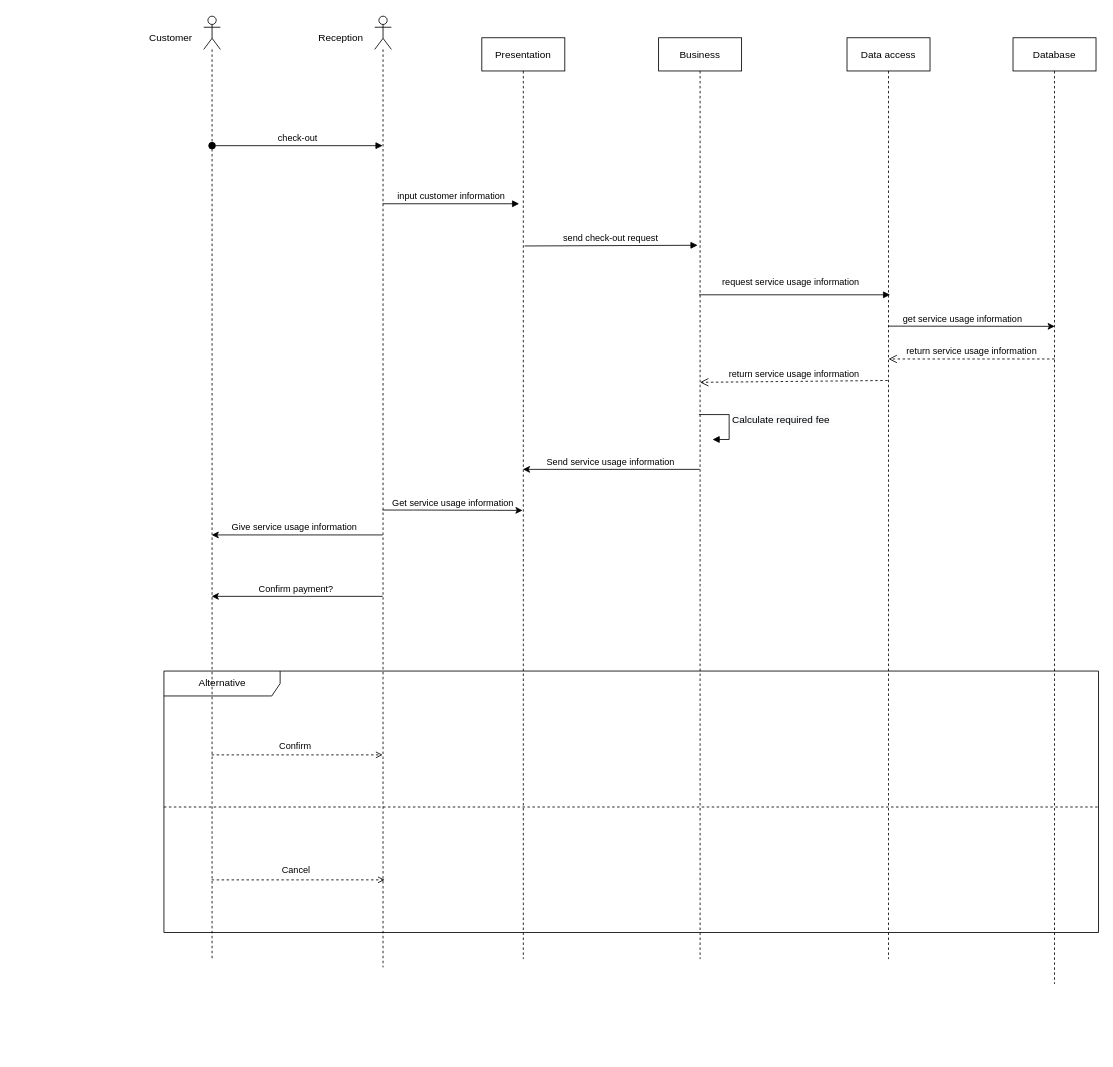
This is page "Check out" (1 of 4) of Diagram/Sequence Diagram.drawio from jonathanha52/SE104.L23.PMCL, a draw.io file, before an edit. Source tidied: cells renumbered, new cells numbered last; positions are measured from the earlier drawing's top-left corner, leaving out a move shared by most shapes. Both pictures are drawn from the tidied source at 83%, with x=0, y=0 at pixel (141, 16).
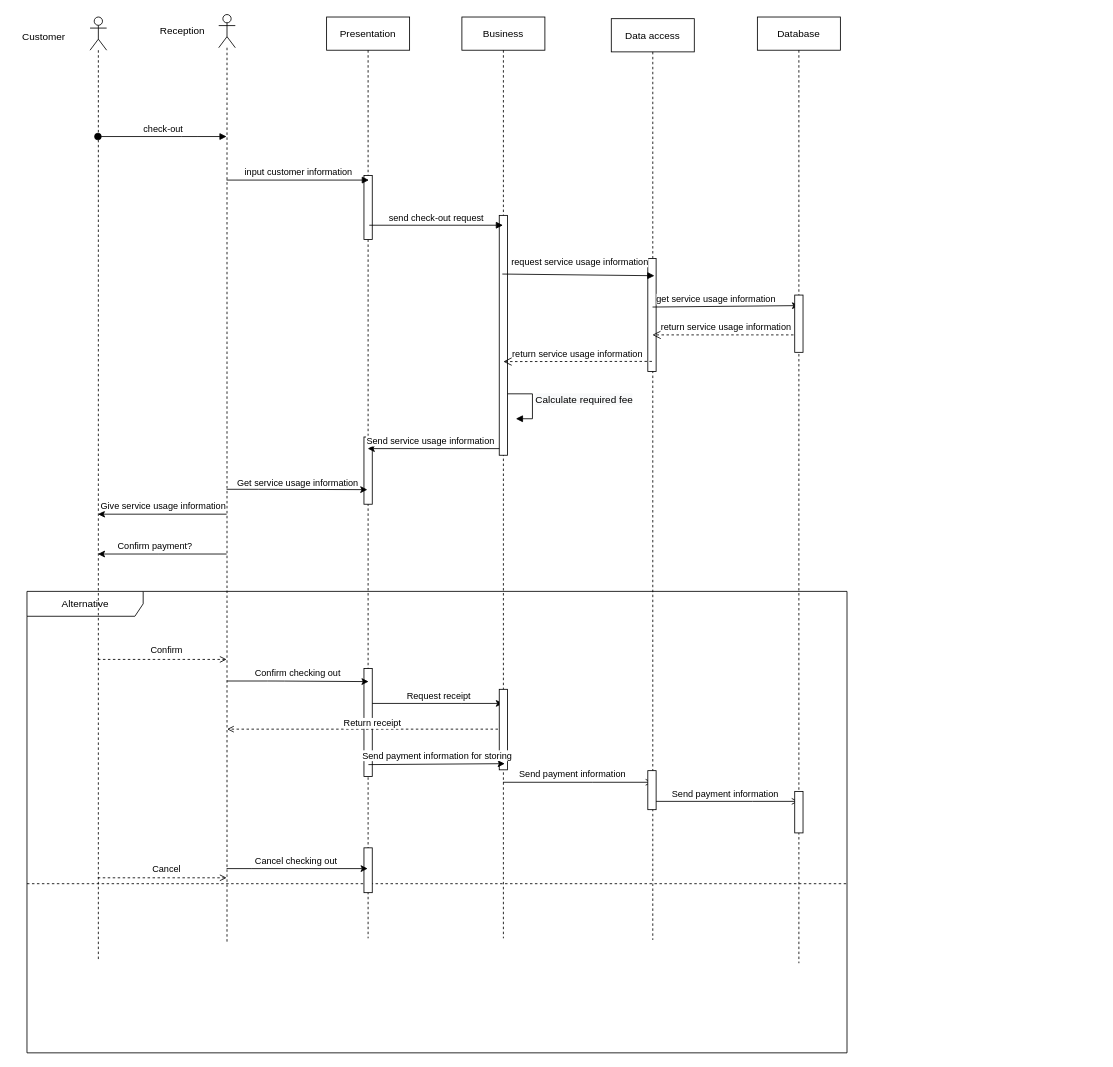
The same page after the edit.

What changed in the source:
```diff
@@
     <mxCell id="2" value="Alternative" style="shape=umlFrame;tabWidth=110;tabHeight=30;tabPosition=left;html=1;boundedLbl=1;labelInHeader=1;width=140;height=30;" parent="1" vertex="1">
-      <mxGeometry x="27" y="789" width="1126" height="315" as="geometry" />
+      <mxGeometry x="-138" y="693" width="988" height="556" as="geometry" />
     </mxCell>
     <mxCell id="3" style="line;strokeWidth=1;dashed=1;labelPosition=center;verticalLabelPosition=bottom;align=left;verticalAlign=top;spacingLeft=20;spacingTop=15;" parent="2" vertex="1">
-      <mxGeometry y="157.5" width="1126" height="12.6" as="geometry" />
+      <mxGeometry y="341.1" width="988" height="22.2" as="geometry" />
     </mxCell>
+    <mxCell id="34" style="edgeStyle=none;rounded=0;jettySize=auto;html=1;" parent="1" edge="1" source="4" target="8">
+      <mxGeometry relative="1" as="geometry">
+        <Array as="points">
+          <mxPoint x="386" y="828" />
+        </Array>
+      </mxGeometry>
+    </mxCell>
+    <mxCell id="35" value="Request receipt" style="edgeLabel;html=1;align=center;verticalAlign=middle;" parent="34" vertex="1">
+      <mxGeometry x="-0.17" relative="1" as="geometry">
+        <mxPoint x="17" y="-10" as="offset" />
+      </mxGeometry>
+    </mxCell>
     <mxCell id="4" value="Presentation" style="shape=umlLifeline;perimeter=lifelinePerimeter;rounded=0;shadow=0;strokeWidth=1;" parent="1" vertex="1">
-      <mxGeometry x="410" y="26" width="100" height="1110" as="geometry" />
+      <mxGeometry x="223" y="1" width="100" height="1110" as="geometry" />
     </mxCell>
-    <mxCell id="5" value="send check-out request" style="html=1;verticalAlign=bottom;endArrow=block;exitX=0.514;exitY=0.226;exitDx=0;exitDy=0;exitPerimeter=0;" parent="4" edge="1" source="4">
-      <mxGeometry relative="1" as="geometry">
-        <mxPoint x="260" y="250" as="targetPoint" />
-      </mxGeometry>
-    </mxCell>
+    <mxCell id="36" style="html=1;perimeter=orthogonalPerimeter;" parent="4" vertex="1">
+      <mxGeometry x="45" y="191" width="10" height="77" as="geometry" />
+    </mxCell>
+    <mxCell id="37" style="html=1;perimeter=orthogonalPerimeter;" parent="4" vertex="1">
+      <mxGeometry x="45" y="506" width="10" height="81" as="geometry" />
+    </mxCell>
+    <mxCell id="38" style="html=1;perimeter=orthogonalPerimeter;" parent="4" vertex="1">
+      <mxGeometry x="45" y="785" width="10" height="130" as="geometry" />
+    </mxCell>
+    <mxCell id="39" style="html=1;perimeter=orthogonalPerimeter;" parent="4" vertex="1">
+      <mxGeometry x="45" y="1001" width="10" height="54" as="geometry" />
+    </mxCell>
     <mxCell id="6" style="edgeStyle=orthogonalEdgeStyle;rounded=0;jettySize=auto;html=1;" parent="1" edge="1" source="8" target="4">
       <mxGeometry relative="1" as="geometry">
         <Array as="points">
-          <mxPoint x="541" y="546" />
-          <mxPoint x="541" y="546" />
+          <mxPoint x="354" y="521" />
+          <mxPoint x="354" y="521" />
         </Array>
       </mxGeometry>
     </mxCell>
@@
+    <mxCell id="40" style="edgeStyle=none;rounded=0;orthogonalLoop=1;jettySize=auto;html=1;endArrow=open;endFill=0;dashed=1;" parent="1" edge="1">
+      <mxGeometry relative="1" as="geometry">
+        <mxPoint x="435.5" y="859" as="sourcePoint" />
+        <mxPoint x="103.1" y="859" as="targetPoint" />
+        <Array as="points">
+          <mxPoint x="312" y="859" />
+        </Array>
+      </mxGeometry>
+    </mxCell>
+    <mxCell id="41" value="Return receipt" style="edgeLabel;html=1;align=center;verticalAlign=middle;" parent="40" vertex="1">
+      <mxGeometry x="0.43" y="1" relative="1" as="geometry">
+        <mxPoint x="80" y="-9" as="offset" />
+      </mxGeometry>
+    </mxCell>
+    <mxCell id="42" style="edgeStyle=none;rounded=0;jettySize=auto;html=1;endArrow=open;endFill=0;" parent="1" edge="1" source="8" target="13">
+      <mxGeometry relative="1" as="geometry">
+        <Array as="points">
+          <mxPoint x="543" y="923" />
+        </Array>
+      </mxGeometry>
+    </mxCell>
+    <mxCell id="43" value="Send payment information" style="edgeLabel;html=1;align=center;verticalAlign=middle;" parent="42" vertex="1">
+      <mxGeometry x="-0.24" relative="1" as="geometry">
+        <mxPoint x="15" y="-11" as="offset" />
+      </mxGeometry>
+    </mxCell>
     <mxCell id="8" value="Business" style="shape=umlLifeline;perimeter=lifelinePerimeter;rounded=0;shadow=0;strokeWidth=1;" parent="1" vertex="1">
-      <mxGeometry x="623" y="26" width="100" height="1110" as="geometry" />
+      <mxGeometry x="386" y="1" width="100" height="1110" as="geometry" />
     </mxCell>
@@
+    <mxCell id="44" style="html=1;perimeter=orthogonalPerimeter;" parent="8" vertex="1">
+      <mxGeometry x="45" y="239" width="10" height="289" as="geometry" />
+    </mxCell>
+    <mxCell id="45" style="html=1;perimeter=orthogonalPerimeter;" parent="8" vertex="1">
+      <mxGeometry x="45" y="810" width="10" height="97" as="geometry" />
+    </mxCell>
     <mxCell id="10" value="Database" style="shape=umlLifeline;perimeter=lifelinePerimeter;rounded=0;shadow=0;strokeWidth=1;" parent="1" vertex="1">
-      <mxGeometry x="1050" y="26" width="100" height="1140" as="geometry" />
+      <mxGeometry x="742" y="1" width="100" height="1140" as="geometry" />
     </mxCell>
-    <mxCell id="11" value="check-out" style="html=1;verticalAlign=bottom;startArrow=oval;startFill=1;endArrow=block;startSize=8;" parent="1" edge="1" target="26">
+    <mxCell id="11" value="check-out" style="html=1;verticalAlign=bottom;startArrow=oval;startFill=1;endArrow=block;startSize=8;" parent="1" edge="1" source="28" target="26">
       <mxGeometry relative="1" as="geometry">
-        <mxPoint x="85" y="156" as="sourcePoint" />
+        <Array as="points">
+          <mxPoint x="58" y="145" />
+        </Array>
       </mxGeometry>
     </mxCell>
-    <mxCell id="12" value="input customer information" style="html=1;verticalAlign=bottom;endArrow=block;" parent="1" edge="1" source="26">
-      <mxGeometry relative="1" as="geometry">
-        <mxPoint x="455" y="226" as="targetPoint" />
-      </mxGeometry>
+    <mxCell id="12" value="input customer information" style="html=1;verticalAlign=bottom;endArrow=block;entryX=0.51;entryY=0.177;entryDx=0;entryDy=0;entryPerimeter=0;" parent="1" edge="1" source="26" target="4">
+      <mxGeometry relative="1" as="geometry" />
     </mxCell>
+    <mxCell id="46" style="edgeStyle=none;rounded=0;jettySize=auto;html=1;endArrow=open;endFill=0;" parent="1" edge="1" source="13" target="10">
+      <mxGeometry relative="1" as="geometry">
+        <Array as="points">
+          <mxPoint x="736" y="946" />
+        </Array>
+      </mxGeometry>
+    </mxCell>
+    <mxCell id="47" value="Send payment information" style="edgeLabel;html=1;align=center;verticalAlign=middle;" parent="46" vertex="1">
+      <mxGeometry x="-0.01" y="-1" relative="1" as="geometry">
+        <mxPoint y="-11" as="offset" />
+      </mxGeometry>
+    </mxCell>
     <mxCell id="13" value="Data access" style="shape=umlLifeline;perimeter=lifelinePerimeter;rounded=0;shadow=0;strokeWidth=1;" parent="1" vertex="1">
-      <mxGeometry x="850" y="26" width="100" height="1110" as="geometry" />
+      <mxGeometry x="566" y="3" width="100" height="1110" as="geometry" />
     </mxCell>
+    <mxCell id="48" style="html=1;perimeter=orthogonalPerimeter;" parent="13" vertex="1">
+      <mxGeometry x="44" y="289" width="10" height="136" as="geometry" />
+    </mxCell>
+    <mxCell id="49" style="html=1;perimeter=orthogonalPerimeter;" parent="13" vertex="1">
+      <mxGeometry x="44" y="906" width="10" height="47" as="geometry" />
+    </mxCell>
-    <mxCell id="14" value="return service usage information" style="html=1;verticalAlign=bottom;endArrow=open;dashed=1;endSize=8;" parent="1" edge="1">
+    <mxCell id="14" value="return service usage information" style="html=1;verticalAlign=bottom;endArrow=open;dashed=1;endSize=8;" parent="1" edge="1" source="10" target="13">
       <mxGeometry relative="1" as="geometry">
-        <mxPoint x="1100" y="413" as="sourcePoint" />
-        <mxPoint x="900" y="413" as="targetPoint" />
+        <Array as="points">
+          <mxPoint x="731" y="384" />
+        </Array>
       </mxGeometry>
     </mxCell>
@@
     <mxCell id="20" style="edgeStyle=orthogonalEdgeStyle;rounded=0;jettySize=auto;html=1;entryX=0.491;entryY=0.513;entryDx=0;entryDy=0;entryPerimeter=0;" parent="1" edge="1" source="26" target="4">
       <mxGeometry relative="1" as="geometry">
         <Array as="points">
-          <mxPoint x="328" y="595" />
-          <mxPoint x="328" y="595" />
+          <mxPoint x="141" y="570" />
+          <mxPoint x="141" y="570" />
         </Array>
       </mxGeometry>
     </mxCell>
@@
     <mxCell id="22" style="edgeStyle=orthogonalEdgeStyle;rounded=0;jettySize=auto;html=1;" parent="1" edge="1" source="26" target="28">
       <mxGeometry relative="1" as="geometry">
         <Array as="points">
-          <mxPoint x="190" y="625" />
-          <mxPoint x="190" y="625" />
+          <mxPoint x="3" y="600" />
+          <mxPoint x="3" y="600" />
         </Array>
       </mxGeometry>
     </mxCell>
     <mxCell id="23" value="Give service usage information" style="edgeLabel;html=1;align=center;verticalAlign=middle;" parent="22" vertex="1">
       <mxGeometry x="0.4" y="4" relative="1" as="geometry">
-        <mxPoint x="37" y="-15" as="offset" />
+        <mxPoint x="32" y="-15" as="offset" />
       </mxGeometry>
     </mxCell>
     <mxCell id="24" style="edgeStyle=orthogonalEdgeStyle;rounded=0;jettySize=auto;html=1;" parent="1" edge="1" source="26" target="28">
       <mxGeometry relative="1" as="geometry">
         <Array as="points">
-          <mxPoint x="196" y="699" />
-          <mxPoint x="196" y="699" />
+          <mxPoint x="20" y="648" />
+          <mxPoint x="20" y="648" />
         </Array>
       </mxGeometry>
     </mxCell>
@@
+    <mxCell id="50" style="edgeStyle=orthogonalEdgeStyle;rounded=0;jettySize=auto;html=1;endArrow=classic;endFill=1;" parent="1" edge="1" source="26" target="4">
+      <mxGeometry relative="1" as="geometry">
+        <Array as="points">
+          <mxPoint x="133" y="1027" />
+          <mxPoint x="133" y="1027" />
+        </Array>
+      </mxGeometry>
+    </mxCell>
+    <mxCell id="51" value="Cancel checking out" style="edgeLabel;html=1;align=center;verticalAlign=middle;" parent="50" vertex="1">
+      <mxGeometry x="-0.32" y="-1" relative="1" as="geometry">
+        <mxPoint x="25" y="-11" as="offset" />
+      </mxGeometry>
+    </mxCell>
     <mxCell id="26" style="shape=umlLifeline;participant=umlActor;perimeter=lifelinePerimeter;whiteSpace=wrap;html=1;verticalAlign=top;spacingTop=36;outlineConnect=0;fillColor=none;" parent="1" vertex="1">
-      <mxGeometry x="281" width="20" height="1146" as="geometry" />
+      <mxGeometry x="93" y="-2" width="20" height="1117" as="geometry" />
     </mxCell>
     <mxCell id="27" value="Reception" style="text;html=1;align=center;verticalAlign=middle;strokeColor=none;" parent="1" vertex="1">
-      <mxGeometry x="205" y="16" width="70" height="20" as="geometry" />
+      <mxGeometry x="14" y="8" width="70" height="20" as="geometry" />
     </mxCell>
     <mxCell id="28" style="shape=umlLifeline;participant=umlActor;perimeter=lifelinePerimeter;whiteSpace=wrap;html=1;verticalAlign=top;spacingTop=36;outlineConnect=0;fillColor=none;" parent="1" vertex="1">
-      <mxGeometry x="75" width="20" height="1136" as="geometry" />
+      <mxGeometry x="-62" y="1" width="20" height="1136" as="geometry" />
     </mxCell>
     <mxCell id="29" value="Customer" style="text;html=1;align=center;verticalAlign=middle;strokeColor=none;" parent="1" vertex="1">
-      <mxGeometry y="16" width="70" height="20" as="geometry" />
+      <mxGeometry x="-153" y="15" width="70" height="20" as="geometry" />
     </mxCell>
-    <mxCell id="30" style="edgeStyle=orthogonalEdgeStyle;rounded=0;jettySize=auto;html=1;dashed=1;endArrow=open;endFill=0;" parent="1" edge="1" source="28" target="26">
+    <mxCell id="30" style="edgeStyle=orthogonalEdgeStyle;rounded=0;jettySize=auto;html=1;dashed=1;endArrow=open;endFill=0;" parent="1" edge="1" source="28">
       <mxGeometry relative="1" as="geometry">
+        <mxPoint x="102.5" y="775" as="targetPoint" />
         <Array as="points">
-          <mxPoint x="213" y="890" />
-          <mxPoint x="213" y="890" />
+          <mxPoint x="-13" y="775" />
+          <mxPoint x="-13" y="775" />
         </Array>
       </mxGeometry>
     </mxCell>
@@
-    <mxCell id="32" style="edgeStyle=orthogonalEdgeStyle;rounded=0;jettySize=auto;html=1;dashed=1;endArrow=open;endFill=0;entryX=0.6;entryY=0.908;entryDx=0;entryDy=0;entryPerimeter=0;" parent="1" edge="1" source="28" target="26">
-      <mxGeometry relative="1" as="geometry">
-        <Array as="points">
-          <mxPoint x="188" y="1041" />
-        </Array>
-      </mxGeometry>
-    </mxCell>
+    <mxCell id="52" style="edgeStyle=orthogonalEdgeStyle;rounded=0;orthogonalLoop=1;jettySize=auto;html=1;dashed=1;endArrow=open;endFill=0;" parent="1" edge="1">
+      <mxGeometry relative="1" as="geometry">
+        <mxPoint x="-52.7" y="1038.1" as="sourcePoint" />
+        <mxPoint x="102.5" y="1038.1" as="targetPoint" />
+        <Array as="points">
+          <mxPoint x="34" y="1038" />
+          <mxPoint x="34" y="1038" />
+        </Array>
+      </mxGeometry>
+    </mxCell>
-    <mxCell id="33" value="Cancel" style="edgeLabel;html=1;align=center;verticalAlign=middle;" parent="32" vertex="1">
+    <mxCell id="33" value="Cancel" style="edgeLabel;html=1;align=center;verticalAlign=middle;" parent="52" vertex="1">
       <mxGeometry x="-0.3" y="4" relative="1" as="geometry">
         <mxPoint x="28" y="-8" as="offset" />
       </mxGeometry>
     </mxCell>
+    <mxCell id="53" style="endArrow=classic;html=1;entryX=0.506;entryY=0.734;entryDx=0;entryDy=0;entryPerimeter=0;noJump=1;" parent="1" edge="1">
+      <mxGeometry relative="1" as="geometry">
+        <mxPoint x="102.8" y="801" as="sourcePoint" />
+        <mxPoint x="273.6" y="801.7" as="targetPoint" />
+        <Array as="points">
+          <mxPoint x="162" y="801" />
+        </Array>
+      </mxGeometry>
+    </mxCell>
+    <mxCell id="54" value="Confirm checking out" style="edgeLabel;html=1;align=center;verticalAlign=middle;" parent="53" vertex="1">
+      <mxGeometry x="-0.28" y="-1" relative="1" as="geometry">
+        <mxPoint x="24" y="-12" as="offset" />
+      </mxGeometry>
+    </mxCell>
+    <mxCell id="5" value="send check-out request" style="html=1;verticalAlign=bottom;endArrow=block;exitX=0.514;exitY=0.226;exitDx=0;exitDy=0;exitPerimeter=0;" parent="1" edge="1" source="4" target="8">
+      <mxGeometry relative="1" as="geometry" />
+    </mxCell>
+    <mxCell id="55" style="endArrow=classic;html=1;exitX=0.504;exitY=0.806;exitDx=0;exitDy=0;exitPerimeter=0;entryX=0.517;entryY=0.805;entryDx=0;entryDy=0;entryPerimeter=0;" parent="1" edge="1">
+      <mxGeometry relative="1" as="geometry">
+        <mxPoint x="273.4" y="901.7" as="sourcePoint" />
+        <mxPoint x="437.7" y="900.6" as="targetPoint" />
+      </mxGeometry>
+    </mxCell>
+    <mxCell id="56" value="Send payment information for storing" style="edgeLabel;html=1;align=center;verticalAlign=middle;" parent="55" vertex="1">
+      <mxGeometry x="-0.22" relative="1" as="geometry">
+        <mxPoint x="18" y="-11" as="offset" />
+      </mxGeometry>
+    </mxCell>
+    <mxCell id="57" style="html=1;perimeter=orthogonalPerimeter;" parent="1" vertex="1">
+      <mxGeometry x="787" y="336" width="10" height="69" as="geometry" />
+    </mxCell>
+    <mxCell id="58" style="html=1;perimeter=orthogonalPerimeter;" parent="1" vertex="1">
+      <mxGeometry x="787" y="934" width="10" height="50" as="geometry" />
+    </mxCell>
```
